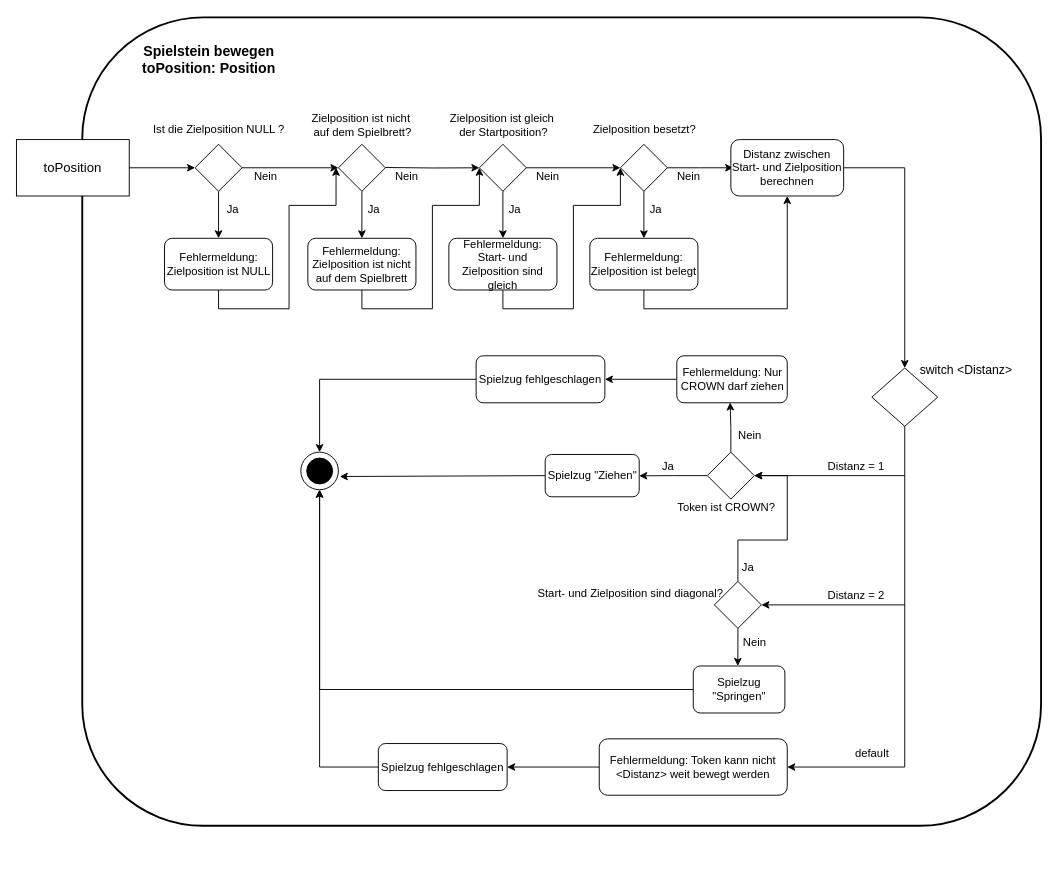
This is token_move_2.drawio from schaefereric/uml-stash, a draw.io file, before an edit. Source tidied: cells renumbered, new cells numbered last; positions are measured from the earlier drawing's top-left corner, leaving out a move shared by most shapes. Both pictures are drawn from the tidied source at 94%, with x=0, y=0 at pixel (16, 17).
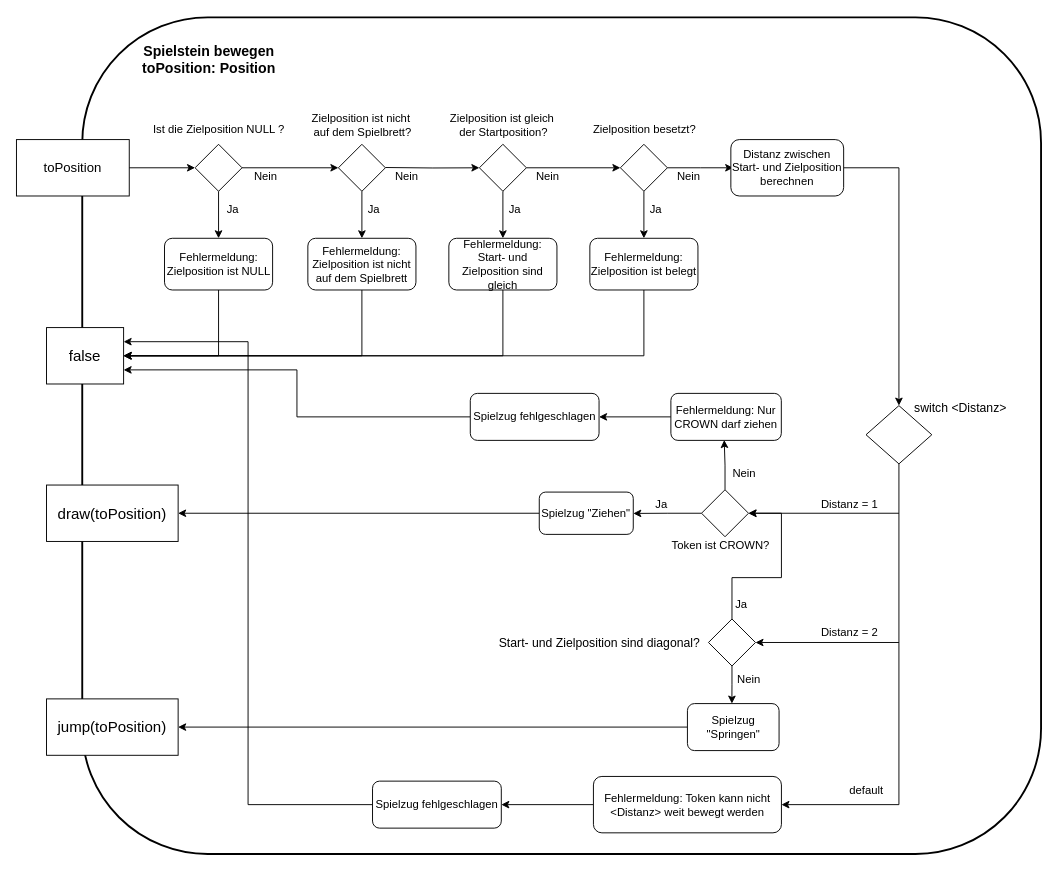
The same diagram, later.

Commit message:
hat return values

The change refers to these unchanged cells:
```xml
<mxCell id="12" value="Fehlermeldung: Zielposition ist NULL" style="rounded=1;whiteSpace=wrap;html=1;" parent="1" vertex="1">
  <mxGeometry x="157.5" y="235" width="115" height="55" as="geometry" />
</mxCell>
<mxCell id="16" value="Fehlermeldung: Zielposition ist nicht auf dem Spielbrett" style="rounded=1;whiteSpace=wrap;html=1;" parent="1" vertex="1">
  <mxGeometry x="310" y="235" width="115" height="55" as="geometry" />
</mxCell>
<mxCell id="20" value="Fehlermeldung: Start- und Zielposition sind gleich" style="rounded=1;whiteSpace=wrap;html=1;" parent="1" vertex="1">
  <mxGeometry x="460" y="235" width="115" height="55" as="geometry" />
</mxCell>
<mxCell id="24" value="Fehlermeldung: Zielposition ist belegt" style="rounded=1;whiteSpace=wrap;html=1;" parent="1" vertex="1">
  <mxGeometry x="610" y="235" width="115" height="55" as="geometry" />
</mxCell>
<mxCell id="37" value="Distanz zwischen Start- und Zielposition berechnen" style="rounded=1;whiteSpace=wrap;html=1;" parent="1" vertex="1">
  <mxGeometry x="760" y="130" width="120" height="60" as="geometry" />
</mxCell>
```

The edit, as a diff of the source:
```diff
@@
-    <mxCell id="2" style="ellipse;whiteSpace=wrap;html=1;" parent="1" vertex="1">
-      <mxGeometry x="302.5" y="462.5" width="40" height="40" as="geometry" />
-    </mxCell>
     <mxCell id="3" style="rounded=1;whiteSpace=wrap;html=1;fillColor=none;strokeWidth=2;comic=0;" parent="1" vertex="1">
-      <mxGeometry x="70" width="1020" height="860" as="geometry" />
+      <mxGeometry x="70" width="1020" height="890" as="geometry" />
     </mxCell>
@@
-    <mxCell id="11" style="edgeStyle=orthogonalEdgeStyle;rounded=0;jettySize=auto;html=1;exitX=0.5;exitY=1;exitDx=0;exitDy=0;" parent="1" edge="1" source="12">
-      <mxGeometry relative="1" as="geometry">
-        <mxPoint x="340" y="160" as="targetPoint" />
-        <Array as="points">
-          <mxPoint x="215" y="310" />
-          <mxPoint x="290" y="310" />
-          <mxPoint x="290" y="200" />
-          <mxPoint x="340" y="200" />
-        </Array>
-      </mxGeometry>
-    </mxCell>
+    <mxCell id="74" style="edgeStyle=orthogonalEdgeStyle;rounded=0;jettySize=auto;html=1;exitX=0.5;exitY=1;exitDx=0;exitDy=0;entryX=1;entryY=0.5;entryDx=0;entryDy=0;" parent="1" edge="1" source="12" target="82">
+      <mxGeometry relative="1" as="geometry" />
+    </mxCell>
@@
+    <mxCell id="75" style="edgeStyle=orthogonalEdgeStyle;rounded=0;jettySize=auto;html=1;exitX=0.5;exitY=1;exitDx=0;exitDy=0;entryX=1;entryY=0.5;entryDx=0;entryDy=0;" parent="1" edge="1" source="16" target="82">
+      <mxGeometry relative="1" as="geometry" />
+    </mxCell>
@@
+    <mxCell id="76" style="edgeStyle=orthogonalEdgeStyle;rounded=0;jettySize=auto;html=1;exitX=0.5;exitY=1;exitDx=0;exitDy=0;entryX=1;entryY=0.5;entryDx=0;entryDy=0;" parent="1" edge="1" source="20" target="82">
+      <mxGeometry relative="1" as="geometry" />
+    </mxCell>
@@
+    <mxCell id="77" style="edgeStyle=orthogonalEdgeStyle;rounded=0;jettySize=auto;html=1;exitX=0.5;exitY=1;exitDx=0;exitDy=0;entryX=1;entryY=0.5;entryDx=0;entryDy=0;" parent="1" edge="1" source="24" target="82">
+      <mxGeometry relative="1" as="geometry" />
+    </mxCell>
@@
-    <mxCell id="34" style="edgeStyle=orthogonalEdgeStyle;rounded=0;orthogonalLoop=1;jettySize=auto;html=1;exitX=0.5;exitY=1;exitDx=0;exitDy=0;" parent="1" edge="1">
-      <mxGeometry relative="1" as="geometry">
-        <mxPoint x="367.5" y="290" as="sourcePoint" />
-        <mxPoint x="492.5" y="160" as="targetPoint" />
-        <Array as="points">
-          <mxPoint x="367.5" y="310" />
-          <mxPoint x="442.5" y="310" />
-          <mxPoint x="442.5" y="200" />
-          <mxPoint x="492.5" y="200" />
-        </Array>
-      </mxGeometry>
-    </mxCell>
-    <mxCell id="35" style="edgeStyle=orthogonalEdgeStyle;rounded=0;orthogonalLoop=1;jettySize=auto;html=1;exitX=0.5;exitY=1;exitDx=0;exitDy=0;" parent="1" edge="1">
-      <mxGeometry relative="1" as="geometry">
-        <mxPoint x="517.5" y="290" as="sourcePoint" />
-        <mxPoint x="642.5" y="160" as="targetPoint" />
-        <Array as="points">
-          <mxPoint x="517.5" y="310" />
-          <mxPoint x="592.5" y="310" />
-          <mxPoint x="592.5" y="200" />
-          <mxPoint x="642.5" y="200" />
-        </Array>
-      </mxGeometry>
-    </mxCell>
@@
-    <mxCell id="40" style="edgeStyle=orthogonalEdgeStyle;rounded=0;jettySize=auto;html=1;exitX=0.5;exitY=1;exitDx=0;exitDy=0;entryX=0.5;entryY=1;entryDx=0;entryDy=0;" parent="1" edge="1" source="24" target="37">
-      <mxGeometry relative="1" as="geometry" />
-    </mxCell>
@@
     <mxCell id="42" style="rhombus;whiteSpace=wrap;html=1;" parent="1" vertex="1">
-      <mxGeometry x="910" y="373" width="70" height="62" as="geometry" />
+      <mxGeometry x="903.8" y="413" width="70" height="62" as="geometry" />
     </mxCell>
     <mxCell id="43" value="&lt;font style=&quot;font-size: 13px;&quot;&gt;switch &amp;lt;Distanz&amp;gt;&lt;/font&gt;" style="text;html=1;align=center;verticalAlign=middle;strokeColor=none;fillColor=none;" parent="1" vertex="1">
-      <mxGeometry x="950" y="360" width="120" height="30" as="geometry" />
+      <mxGeometry x="943.8" y="400" width="120" height="30" as="geometry" />
     </mxCell>
     <mxCell id="44" style="endArrow=classic;html=1;rounded=0;entryX=1;entryY=0.5;entryDx=0;entryDy=0;" parent="1" edge="1" target="47">
       <mxGeometry relative="1" as="geometry">
-        <mxPoint x="945" y="487.5" as="sourcePoint" />
+        <mxPoint x="938.8" y="527.5" as="sourcePoint" />
       </mxGeometry>
     </mxCell>
     <mxCell id="45" style="edgeStyle=orthogonalEdgeStyle;rounded=0;jettySize=auto;html=1;exitX=0;exitY=0.5;exitDx=0;exitDy=0;" parent="1" edge="1" source="47">
       <mxGeometry relative="1" as="geometry">
-        <mxPoint x="662.5" y="487.7" as="targetPoint" />
+        <mxPoint x="656.2" y="527.7" as="targetPoint" />
       </mxGeometry>
     </mxCell>
@@
     <mxCell id="47" style="rhombus;whiteSpace=wrap;html=1;" parent="1" vertex="1">
-      <mxGeometry x="735" y="462.5" width="50" height="50" as="geometry" />
+      <mxGeometry x="728.8" y="502.5" width="50" height="50" as="geometry" />
     </mxCell>
     <mxCell id="48" value="Distanz = 1" style="text;html=1;align=center;verticalAlign=middle;strokeColor=none;fillColor=none;" parent="1" vertex="1">
-      <mxGeometry x="852.5" y="462.5" width="80" height="30" as="geometry" />
+      <mxGeometry x="846.2" y="502.5" width="80" height="30" as="geometry" />
     </mxCell>
     <mxCell id="49" value="Token ist CROWN?" style="text;html=1;align=center;verticalAlign=middle;strokeColor=none;fillColor=none;" parent="1" vertex="1">
-      <mxGeometry x="690" y="507" width="130" height="30" as="geometry" />
+      <mxGeometry x="683.8" y="547" width="130" height="30" as="geometry" />
     </mxCell>
     <mxCell id="50" value="Ja" style="text;html=1;align=center;verticalAlign=middle;strokeColor=none;fillColor=none;" parent="1" vertex="1">
-      <mxGeometry x="672.5" y="462.5" width="40" height="30" as="geometry" />
+      <mxGeometry x="666.2" y="502.5" width="40" height="30" as="geometry" />
     </mxCell>
+    <mxCell id="78" style="edgeStyle=orthogonalEdgeStyle;rounded=0;jettySize=auto;html=1;exitX=0;exitY=0.5;exitDx=0;exitDy=0;entryX=1;entryY=0.5;entryDx=0;entryDy=0;" parent="1" edge="1" source="51" target="84">
+      <mxGeometry relative="1" as="geometry" />
+    </mxCell>
     <mxCell id="51" value="Spielzug &quot;Ziehen&quot;" style="rounded=1;whiteSpace=wrap;html=1;" parent="1" vertex="1">
-      <mxGeometry x="562.5" y="465" width="100" height="45" as="geometry" />
+      <mxGeometry x="556.2" y="505" width="100" height="45" as="geometry" />
     </mxCell>
-    <mxCell id="52" style="endArrow=classic;html=1;rounded=0;exitX=0;exitY=0.5;exitDx=0;exitDy=0;entryX=1.038;entryY=0.648;entryDx=0;entryDy=0;entryPerimeter=0;" parent="1" edge="1" source="51" target="2">
-      <mxGeometry relative="1" as="geometry" />
-    </mxCell>
-    <mxCell id="53" style="ellipse;whiteSpace=wrap;html=1;fillStyle=auto;fillColor=#000000;" parent="1" vertex="1">
-      <mxGeometry x="308.8" y="468.8" width="27.5" height="27.5" as="geometry" />
-    </mxCell>
@@
     <mxCell id="55" value="Fehlermeldung: Nur CROWN darf ziehen" style="rounded=1;whiteSpace=wrap;html=1;" parent="1" vertex="1">
-      <mxGeometry x="702.5" y="360" width="117.5" height="50" as="geometry" />
+      <mxGeometry x="696.2" y="400" width="117.5" height="50" as="geometry" />
     </mxCell>
     <mxCell id="56" value="Nein" style="text;html=1;align=center;verticalAlign=middle;strokeColor=none;fillColor=none;" parent="1" vertex="1">
-      <mxGeometry x="755" y="430" width="50" height="30" as="geometry" />
+      <mxGeometry x="748.8" y="470" width="50" height="30" as="geometry" />
     </mxCell>
-    <mxCell id="57" style="edgeStyle=orthogonalEdgeStyle;rounded=0;jettySize=auto;html=1;exitX=0;exitY=0.5;exitDx=0;exitDy=0;entryX=0.5;entryY=0;entryDx=0;entryDy=0;" parent="1" edge="1" source="58" target="2">
-      <mxGeometry relative="1" as="geometry" />
-    </mxCell>
+    <mxCell id="79" style="edgeStyle=orthogonalEdgeStyle;rounded=0;jettySize=auto;html=1;exitX=0;exitY=0.5;exitDx=0;exitDy=0;entryX=1;entryY=0.75;entryDx=0;entryDy=0;" parent="1" edge="1" source="58" target="82">
+      <mxGeometry relative="1" as="geometry" />
+    </mxCell>
     <mxCell id="58" value="Spielzug fehlgeschlagen" style="rounded=1;whiteSpace=wrap;html=1;" parent="1" vertex="1">
-      <mxGeometry x="489" y="360" width="137" height="50" as="geometry" />
+      <mxGeometry x="482.8" y="400" width="137" height="50" as="geometry" />
     </mxCell>
     <mxCell id="59" style="endArrow=classic;html=1;rounded=0;entryX=1;entryY=0.5;entryDx=0;entryDy=0;" parent="1" edge="1" target="62">
       <mxGeometry relative="1" as="geometry">
-        <mxPoint x="945" y="625" as="sourcePoint" />
+        <mxPoint x="938.8" y="665" as="sourcePoint" />
       </mxGeometry>
     </mxCell>
     <mxCell id="60" style="edgeStyle=orthogonalEdgeStyle;rounded=0;jettySize=auto;html=1;exitX=0.5;exitY=1;exitDx=0;exitDy=0;" parent="1" edge="1" source="62">
       <mxGeometry relative="1" as="geometry">
-        <mxPoint x="767.4" y="690" as="targetPoint" />
+        <mxPoint x="761.1" y="730" as="targetPoint" />
       </mxGeometry>
     </mxCell>
     <mxCell id="61" style="edgeStyle=orthogonalEdgeStyle;rounded=0;jettySize=auto;html=1;exitX=0.5;exitY=0;exitDx=0;exitDy=0;entryX=1;entryY=0.5;entryDx=0;entryDy=0;" parent="1" edge="1" source="62" target="47">
       <mxGeometry relative="1" as="geometry">
         <Array as="points">
-          <mxPoint x="768" y="556" />
-          <mxPoint x="820" y="556" />
-          <mxPoint x="820" y="488" />
+          <mxPoint x="761.8" y="596" />
+          <mxPoint x="813.8" y="596" />
+          <mxPoint x="813.8" y="528" />
         </Array>
       </mxGeometry>
     </mxCell>
     <mxCell id="62" style="rhombus;whiteSpace=wrap;html=1;" parent="1" vertex="1">
-      <mxGeometry x="742.5" y="600" width="50" height="50" as="geometry" />
+      <mxGeometry x="736.2" y="640" width="50" height="50" as="geometry" />
     </mxCell>
     <mxCell id="63" value="Distanz = 2" style="text;html=1;align=center;verticalAlign=middle;strokeColor=none;fillColor=none;" parent="1" vertex="1">
-      <mxGeometry x="852.5" y="600" width="80" height="30" as="geometry" />
+      <mxGeometry x="846.2" y="640" width="80" height="30" as="geometry" />
     </mxCell>
-    <mxCell id="64" value="Start- und Zielposition sind diagonal?" style="text;html=1;align=center;verticalAlign=middle;strokeColor=none;fillColor=none;" parent="1" vertex="1">
-      <mxGeometry x="547.5" y="597.5" width="210" height="30" as="geometry" />
+    <mxCell id="64" value="&lt;font style=&quot;font-size: 13px;&quot;&gt;Start- und Zielposition sind diagonal?&lt;/font&gt;" style="text;html=1;align=center;verticalAlign=middle;strokeColor=none;fillColor=none;" parent="1" vertex="1">
+      <mxGeometry x="500" y="650" width="240" height="30" as="geometry" />
     </mxCell>
     <mxCell id="65" value="Ja" style="text;html=1;align=center;verticalAlign=middle;strokeColor=none;fillColor=none;" parent="1" vertex="1">
-      <mxGeometry x="757.5" y="570" width="40" height="30" as="geometry" />
+      <mxGeometry x="751.2" y="610" width="40" height="30" as="geometry" />
     </mxCell>
-    <mxCell id="66" style="edgeStyle=orthogonalEdgeStyle;rounded=0;jettySize=auto;html=1;exitX=0;exitY=0.5;exitDx=0;exitDy=0;entryX=0.5;entryY=1;entryDx=0;entryDy=0;" parent="1" edge="1" source="67" target="2">
-      <mxGeometry relative="1" as="geometry" />
-    </mxCell>
+    <mxCell id="80" style="edgeStyle=orthogonalEdgeStyle;rounded=0;jettySize=auto;html=1;exitX=0;exitY=0.5;exitDx=0;exitDy=0;entryX=1;entryY=0.5;entryDx=0;entryDy=0;" parent="1" edge="1" source="67" target="83">
+      <mxGeometry relative="1" as="geometry" />
+    </mxCell>
     <mxCell id="67" value="Spielzug &quot;Springen&quot;" style="rounded=1;whiteSpace=wrap;html=1;" parent="1" vertex="1">
-      <mxGeometry x="720" y="690" width="97.5" height="50" as="geometry" />
+      <mxGeometry x="713.8" y="730" width="97.5" height="50" as="geometry" />
     </mxCell>
     <mxCell id="68" value="Nein" style="text;html=1;align=center;verticalAlign=middle;strokeColor=none;fillColor=none;" parent="1" vertex="1">
-      <mxGeometry x="760" y="650" width="50" height="30" as="geometry" />
+      <mxGeometry x="753.8" y="690" width="50" height="30" as="geometry" />
     </mxCell>
     <mxCell id="69" value="default" style="text;html=1;align=center;verticalAlign=middle;strokeColor=none;fillColor=none;" parent="1" vertex="1">
-      <mxGeometry x="880" y="767.5" width="60" height="30" as="geometry" />
+      <mxGeometry x="873.8" y="807.5" width="60" height="30" as="geometry" />
     </mxCell>
@@
     <mxCell id="71" value="Fehlermeldung: Token kann nicht &amp;lt;Distanz&amp;gt; weit bewegt werden" style="rounded=1;whiteSpace=wrap;html=1;" parent="1" vertex="1">
-      <mxGeometry x="620" y="767.5" width="200" height="60" as="geometry" />
+      <mxGeometry x="613.8" y="807.5" width="200" height="60" as="geometry" />
     </mxCell>
-    <mxCell id="72" style="edgeStyle=orthogonalEdgeStyle;rounded=0;jettySize=auto;html=1;exitX=0;exitY=0.5;exitDx=0;exitDy=0;entryX=0.5;entryY=1;entryDx=0;entryDy=0;" parent="1" edge="1" source="73" target="2">
-      <mxGeometry relative="1" as="geometry" />
-    </mxCell>
+    <mxCell id="81" style="edgeStyle=orthogonalEdgeStyle;rounded=0;jettySize=auto;html=1;exitX=0;exitY=0.5;exitDx=0;exitDy=0;entryX=1;entryY=0.25;entryDx=0;entryDy=0;" parent="1" edge="1" source="73" target="82">
+      <mxGeometry relative="1" as="geometry" />
+    </mxCell>
     <mxCell id="73" value="Spielzug fehlgeschlagen" style="rounded=1;whiteSpace=wrap;html=1;" parent="1" vertex="1">
-      <mxGeometry x="385" y="772.5" width="137" height="50" as="geometry" />
+      <mxGeometry x="378.8" y="812.5" width="137" height="50" as="geometry" />
     </mxCell>
+    <mxCell id="82" value="&lt;font style=&quot;font-size: 16px;&quot;&gt;false&lt;/font&gt;" style="rounded=0;whiteSpace=wrap;html=1;" parent="1" vertex="1">
+      <mxGeometry x="32" y="330" width="82" height="60" as="geometry" />
+    </mxCell>
+    <mxCell id="83" value="&lt;font style=&quot;font-size: 16px;&quot;&gt;jump(toPosition)&lt;/font&gt;" style="rounded=0;whiteSpace=wrap;html=1;" parent="1" vertex="1">
+      <mxGeometry x="32" y="725" width="140" height="60" as="geometry" />
+    </mxCell>
+    <mxCell id="84" value="&lt;font style=&quot;font-size: 16px;&quot;&gt;draw(toPosition)&lt;/font&gt;" style="rounded=0;whiteSpace=wrap;html=1;" parent="1" vertex="1">
+      <mxGeometry x="32" y="497.5" width="140" height="60" as="geometry" />
+    </mxCell>
```
